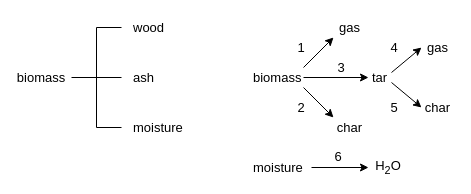
Above: diagrams/kinetics.drawio in wigging/jbab-pyrolysis-paper (draw.io), before the change. Source tidied: cells renumbered, new cells numbered last; positions are measured from the earlier drawing's top-left corner, leaving out a move shared by most shapes. Both pictures are drawn from the tidied source at 100%, with x=0, y=0 at pixel (21, 17).
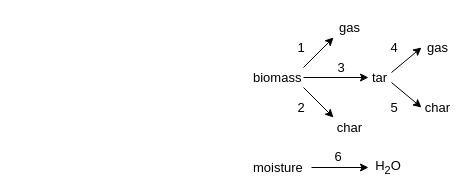
After the change.

Commit message (it also covers changes not shown here):
Update biomass pyrolysis kinetics diagram

Diff of the diagram source:
```diff
@@
-    <mxCell id="22" value="biomass" style="text;html=1;strokeColor=none;fillColor=none;align=center;verticalAlign=middle;whiteSpace=wrap;rounded=0;fontSize=13;" parent="1" vertex="1">
-      <mxGeometry y="50" width="40" height="20" as="geometry" />
-    </mxCell>
-    <mxCell id="23" style="strokeWidth=1;html=1;shape=mxgraph.flowchart.annotation_2;align=left;labelPosition=right;fontSize=13;" parent="1" vertex="1">
-      <mxGeometry x="50" y="10" width="50" height="100" as="geometry" />
-    </mxCell>
-    <mxCell id="24" value="wood" style="text;html=1;strokeColor=none;fillColor=none;align=left;verticalAlign=middle;whiteSpace=wrap;rounded=0;fontSize=13;" parent="1" vertex="1">
-      <mxGeometry x="110" width="40" height="20" as="geometry" />
-    </mxCell>
-    <mxCell id="25" style="endArrow=none;html=1;fontSize=13;exitX=0.508;exitY=0.5;exitDx=0;exitDy=0;exitPerimeter=0;entryX=1;entryY=0.5;entryDx=0;entryDy=0;entryPerimeter=0;" parent="1" edge="1" source="23" target="23">
-      <mxGeometry relative="1" as="geometry" />
-    </mxCell>
-    <mxCell id="26" value="ash" style="text;html=1;strokeColor=none;fillColor=none;align=left;verticalAlign=middle;whiteSpace=wrap;rounded=0;fontSize=13;" parent="1" vertex="1">
-      <mxGeometry x="110" y="50" width="40" height="20" as="geometry" />
-    </mxCell>
-    <mxCell id="27" value="moisture" style="text;html=1;strokeColor=none;fillColor=none;align=left;verticalAlign=middle;whiteSpace=wrap;rounded=0;fontSize=13;" parent="1" vertex="1">
-      <mxGeometry x="110" y="100" width="60" height="20" as="geometry" />
-    </mxCell>
```
